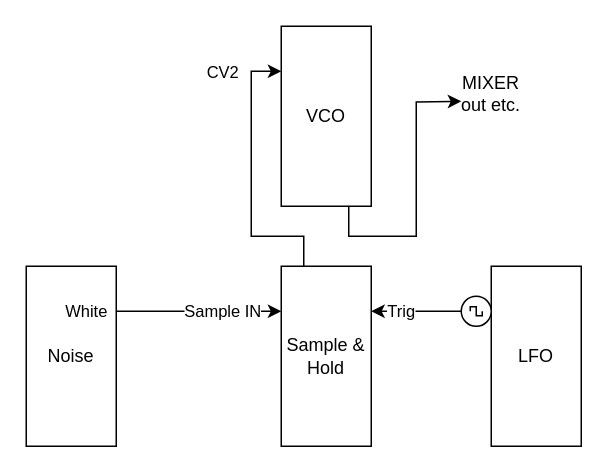
SEM-Mozarteum/sem-meko keeps this draw.io diagram as 05-Analog-Synthesis/02-Sample&Hold/Sample & Hold .drawio. Above is the earlier version. Source tidied: cells renumbered, new cells numbered last; positions are measured from the earlier drawing's top-left corner, leaving out a move shared by most shapes. Both pictures are drawn from the tidied source at 150%, with x=0, y=0 at pixel (26, 26).
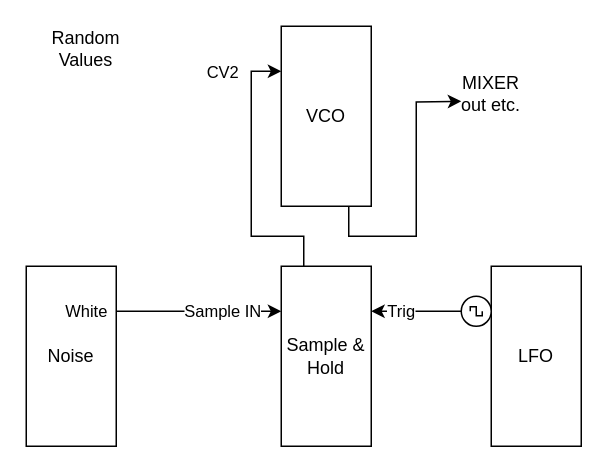
After the change.

What changed in the source:
```diff
@@
 <mxGraphModel>
   <root>
     <mxCell id="0" />
     <mxCell id="1" parent="0" />
     <mxCell id="2" style="edgeStyle=orthogonalEdgeStyle;rounded=0;jettySize=auto;html=1;exitX=0;exitY=0.75;exitDx=0;exitDy=0;entryX=0.25;entryY=1;entryDx=0;entryDy=0;" parent="1" edge="1" source="4" target="9">
       <mxGeometry relative="1" as="geometry" />
     </mxCell>
     <mxCell id="3" value="CV2" style="edgeLabel;html=1;align=center;verticalAlign=middle;" parent="2" vertex="1">
       <mxGeometry x="0.78" y="1" relative="1" as="geometry">
         <mxPoint x="-20" y="1" as="offset" />
       </mxGeometry>
     </mxCell>
     <mxCell id="4" value="Sample &amp;amp; Hold" style="rounded=0;whiteSpace=wrap;html=1;direction=south;" parent="1" vertex="1">
       <mxGeometry x="170" y="160" width="60" height="120" as="geometry" />
     </mxCell>
     <mxCell id="5" value="Trig" style="edgeStyle=orthogonalEdgeStyle;rounded=0;jettySize=auto;html=1;exitX=0.25;exitY=1;exitDx=0;exitDy=0;entryX=0.25;entryY=0;entryDx=0;entryDy=0;" parent="1" edge="1" source="6" target="4">
       <mxGeometry x="0.5" relative="1" as="geometry" />
     </mxCell>
     <mxCell id="6" value="LFO" style="rounded=0;whiteSpace=wrap;html=1;direction=south;" parent="1" vertex="1">
       <mxGeometry x="310" y="160" width="60" height="120" as="geometry" />
     </mxCell>
     <mxCell id="7" value="Noise" style="rounded=0;whiteSpace=wrap;html=1;direction=south;" parent="1" vertex="1">
       <mxGeometry y="160" width="60" height="120" as="geometry" />
     </mxCell>
     <mxCell id="8" style="edgeStyle=orthogonalEdgeStyle;rounded=0;jettySize=auto;html=1;exitX=1;exitY=0.25;exitDx=0;exitDy=0;" parent="1" edge="1" source="9">
       <mxGeometry relative="1" as="geometry">
         <mxPoint x="290" y="50" as="targetPoint" />
       </mxGeometry>
     </mxCell>
     <mxCell id="9" value="VCO" style="rounded=0;whiteSpace=wrap;html=1;direction=south;" parent="1" vertex="1">
       <mxGeometry x="170" width="60" height="120" as="geometry" />
     </mxCell>
     <mxCell id="10" value="White" style="edgeStyle=orthogonalEdgeStyle;rounded=0;jettySize=auto;html=1;exitX=0.25;exitY=0;exitDx=0;exitDy=0;entryX=0.25;entryY=1;entryDx=0;entryDy=0;" parent="1" edge="1" source="7" target="4">
       <mxGeometry x="-1" y="-20" relative="1" as="geometry">
         <mxPoint x="-20" y="-20" as="offset" />
       </mxGeometry>
     </mxCell>
     <mxCell id="11" value="Sample IN" style="edgeLabel;html=1;align=center;verticalAlign=middle;" parent="10" vertex="1">
       <mxGeometry x="0.56" y="1" relative="1" as="geometry">
         <mxPoint x="-16" as="offset" />
       </mxGeometry>
     </mxCell>
     <mxCell id="12" style="verticalLabelPosition=bottom;shadow=0;dashed=0;align=center;html=1;verticalAlign=top;shape=mxgraph.electrical.signal_sources.source;elSignalType=square;" parent="1" vertex="1">
       <mxGeometry x="290" y="180" width="20" height="20" as="geometry" />
     </mxCell>
     <mxCell id="13" value="MIXER out etc." style="text;html=1;whiteSpace=wrap;strokeColor=none;fillColor=none;align=center;verticalAlign=middle;rounded=0;" parent="1" vertex="1">
       <mxGeometry x="280" y="30" width="60" height="30" as="geometry" />
     </mxCell>
+    <mxCell id="14" value="Random Values" style="text;html=1;whiteSpace=wrap;strokeColor=none;fillColor=none;align=center;verticalAlign=middle;rounded=0;" parent="1" vertex="1">
+      <mxGeometry x="10" width="60" height="30" as="geometry" />
+    </mxCell>
   </root>
 </mxGraphModel>
```
